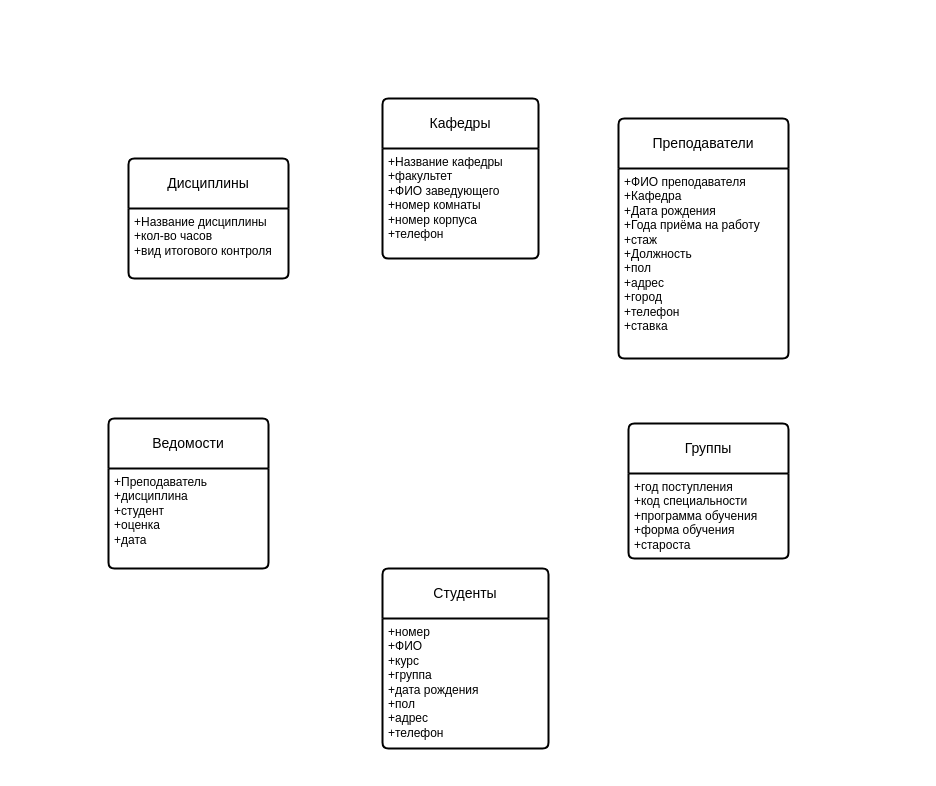
Earlier version of the draw.io diagram page "Страница 1" (1 of 2) of Диаграмма без названия.drawio (OlAntZin18/mirea-progs). Source tidied: cells renumbered, new cells numbered last; positions are measured from the earlier drawing's top-left corner, leaving out a move shared by most shapes. Both pictures are drawn from the tidied source at 100%, with x=0, y=0 at pixel (108, 98).
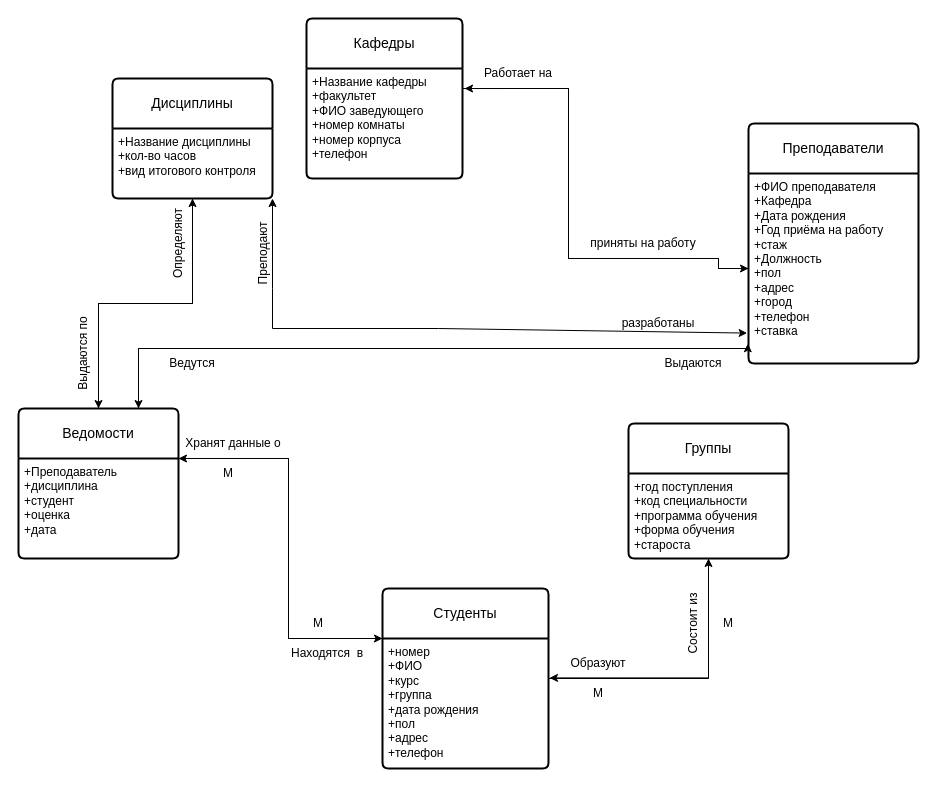
Above is the later version.

The change refers to these unchanged cells:
```xml
<mxCell id="3" value="+Название дисциплины&lt;br&gt;+кол-во часов&lt;br&gt;+вид итогового контроля" style="align=left;strokeColor=none;fillColor=none;spacingLeft=4;fontSize=12;verticalAlign=top;html=1;" parent="2" vertex="1">
  <mxGeometry y="50" width="160" height="70" as="geometry" />
</mxCell>
<mxCell id="5" value="+Название кафедры&lt;br&gt;+факультет&lt;br&gt;+ФИО заведующего&lt;br&gt;+номер комнаты&lt;br&gt;+номер корпуса&lt;br&gt;+телефон" style="align=left;strokeColor=none;fillColor=none;spacingLeft=4;fontSize=12;verticalAlign=top;html=1;" parent="4" vertex="1">
  <mxGeometry y="50" width="156" height="110" as="geometry" />
</mxCell>
<mxCell id="9" value="+Преподаватель&lt;br&gt;+дисциплина&lt;br&gt;+студент&lt;br&gt;+оценка&lt;br&gt;+дата" style="align=left;strokeColor=none;fillColor=none;spacingLeft=4;fontSize=12;verticalAlign=top;html=1;" parent="8" vertex="1">
  <mxGeometry y="50" width="160" height="100" as="geometry" />
</mxCell>
<mxCell id="11" value="+номер&lt;br&gt;+ФИО&lt;br&gt;+курс&lt;br&gt;+группа&lt;br&gt;+дата рождения&lt;br&gt;+пол&lt;br&gt;+адрес&lt;br&gt;+телефон" style="align=left;strokeColor=none;fillColor=none;spacingLeft=4;fontSize=12;verticalAlign=top;html=1;" parent="10" vertex="1">
  <mxGeometry y="50" width="166" height="130" as="geometry" />
</mxCell>
<mxCell id="13" value="+год поступления&lt;br&gt;+код специальности&lt;br&gt;+программа обучения&lt;br&gt;+форма обучения&lt;br&gt;+староста" style="align=left;strokeColor=none;fillColor=none;spacingLeft=4;fontSize=12;verticalAlign=top;html=1;" parent="12" vertex="1">
  <mxGeometry y="50" width="160" height="85" as="geometry" />
</mxCell>
```

Change to the diagram source:
```diff
@@
     <mxCell id="2" value="Дисциплины" style="swimlane;horizontal=1;startSize=50;rounded=1;fontSize=14;fontStyle=0;strokeWidth=2;shadow=0;dashed=0;align=center;arcSize=4;whiteSpace=wrap;html=1;" parent="1" vertex="1">
-      <mxGeometry x="20" y="60" width="160" height="120" as="geometry" />
+      <mxGeometry x="4" y="-20" width="160" height="120" as="geometry" />
     </mxCell>
@@
+    <mxCell id="14" style="edgeStyle=orthogonalEdgeStyle;rounded=0;jettySize=auto;html=1;entryX=0;entryY=0.5;entryDx=0;entryDy=0;" parent="1" edge="1" source="4" target="7">
+      <mxGeometry relative="1" as="geometry">
+        <Array as="points">
+          <mxPoint x="460" y="-10" />
+          <mxPoint x="460" y="160" />
+          <mxPoint x="610" y="160" />
+        </Array>
+      </mxGeometry>
+    </mxCell>
     <mxCell id="4" value="Кафедры" style="swimlane;horizontal=1;startSize=50;rounded=1;fontSize=14;fontStyle=0;strokeWidth=2;shadow=0;dashed=0;align=center;arcSize=4;whiteSpace=wrap;html=1;" parent="1" vertex="1">
-      <mxGeometry x="274" width="156" height="160" as="geometry" />
+      <mxGeometry x="198" y="-80" width="156" height="160" as="geometry" />
     </mxCell>
@@
+    <mxCell id="15" style="edgeStyle=orthogonalEdgeStyle;rounded=0;jettySize=auto;html=1;entryX=0.75;entryY=0;entryDx=0;entryDy=0;" parent="1" edge="1" source="6" target="8">
+      <mxGeometry relative="1" as="geometry">
+        <Array as="points">
+          <mxPoint x="30" y="250" />
+        </Array>
+      </mxGeometry>
+    </mxCell>
     <mxCell id="6" value="Преподаватели" style="swimlane;horizontal=1;startSize=50;rounded=1;fontSize=14;fontStyle=0;strokeWidth=2;shadow=0;dashed=0;align=center;arcSize=4;whiteSpace=wrap;html=1;" parent="1" vertex="1">
-      <mxGeometry x="510" y="20" width="170" height="240" as="geometry" />
+      <mxGeometry x="640" y="25" width="170" height="240" as="geometry" />
     </mxCell>
-    <mxCell id="7" value="+ФИО преподавателя&lt;br&gt;+Кафедра&lt;br&gt;+Дата рождения&lt;br&gt;+Года приёма на работу&lt;br&gt;+стаж&lt;br&gt;+Должность&lt;br&gt;+пол&lt;br&gt;+адрес&lt;br&gt;+город&lt;br&gt;+телефон&lt;br&gt;+ставка" style="align=left;strokeColor=none;fillColor=none;spacingLeft=4;fontSize=12;verticalAlign=top;html=1;" parent="6" vertex="1">
+    <mxCell id="7" value="+ФИО преподавателя&lt;br&gt;+Кафедра&lt;br&gt;+Дата рождения&lt;br&gt;+Год приёма на работу&lt;br&gt;+стаж&lt;br&gt;+Должность&lt;br&gt;+пол&lt;br&gt;+адрес&lt;br&gt;+город&lt;br&gt;+телефон&lt;br&gt;+ставка" style="align=left;strokeColor=none;fillColor=none;spacingLeft=4;fontSize=12;verticalAlign=top;html=1;" parent="6" vertex="1">
       <mxGeometry y="50" width="170" height="190" as="geometry" />
     </mxCell>
+    <mxCell id="16" style="edgeStyle=orthogonalEdgeStyle;rounded=0;jettySize=auto;html=1;exitX=0.5;exitY=0;exitDx=0;exitDy=0;entryX=0.5;entryY=1;entryDx=0;entryDy=0;" parent="1" edge="1" source="8" target="3">
+      <mxGeometry relative="1" as="geometry" />
+    </mxCell>
+    <mxCell id="17" style="edgeStyle=orthogonalEdgeStyle;rounded=0;jettySize=auto;html=1;exitX=0.75;exitY=0;exitDx=0;exitDy=0;entryX=-0.004;entryY=0.896;entryDx=0;entryDy=0;entryPerimeter=0;" parent="1" edge="1" source="8" target="7">
+      <mxGeometry relative="1" as="geometry">
+        <Array as="points">
+          <mxPoint x="30" y="250" />
+          <mxPoint x="639" y="250" />
+        </Array>
+      </mxGeometry>
+    </mxCell>
     <mxCell id="8" value="Ведомости" style="swimlane;horizontal=1;startSize=50;rounded=1;fontSize=14;fontStyle=0;strokeWidth=2;shadow=0;dashed=0;align=center;arcSize=4;whiteSpace=wrap;html=1;" parent="1" vertex="1">
-      <mxGeometry y="320" width="160" height="150" as="geometry" />
+      <mxGeometry x="-90" y="310" width="160" height="150" as="geometry" />
     </mxCell>
@@
+    <mxCell id="18" style="edgeStyle=orthogonalEdgeStyle;rounded=0;jettySize=auto;html=1;entryX=0.5;entryY=1;entryDx=0;entryDy=0;" parent="1" edge="1" source="10" target="13">
+      <mxGeometry relative="1" as="geometry" />
+    </mxCell>
+    <mxCell id="19" style="edgeStyle=orthogonalEdgeStyle;rounded=0;jettySize=auto;html=1;exitX=0;exitY=0.25;exitDx=0;exitDy=0;entryX=1;entryY=0;entryDx=0;entryDy=0;" parent="1" edge="1" source="10" target="9">
+      <mxGeometry relative="1" as="geometry">
+        <Array as="points">
+          <mxPoint x="274" y="540" />
+          <mxPoint x="180" y="540" />
+          <mxPoint x="180" y="360" />
+        </Array>
+      </mxGeometry>
+    </mxCell>
     <mxCell id="10" value="Студенты" style="swimlane;horizontal=1;startSize=50;rounded=1;fontSize=14;fontStyle=0;strokeWidth=2;shadow=0;dashed=0;align=center;arcSize=4;whiteSpace=wrap;html=1;" parent="1" vertex="1">
-      <mxGeometry x="274" y="470" width="166" height="180" as="geometry" />
+      <mxGeometry x="274" y="490" width="166" height="180" as="geometry" />
     </mxCell>
@@
+    <mxCell id="20" value="Образуют" style="text;strokeColor=none;align=center;fillColor=none;html=1;verticalAlign=middle;whiteSpace=wrap;rounded=0;" parent="1" vertex="1">
+      <mxGeometry x="460" y="550" width="60" height="30" as="geometry" />
+    </mxCell>
+    <mxCell id="21" value="М" style="text;strokeColor=none;align=center;fillColor=none;html=1;verticalAlign=middle;whiteSpace=wrap;rounded=0;" parent="1" vertex="1">
+      <mxGeometry x="460" y="580" width="60" height="30" as="geometry" />
+    </mxCell>
+    <mxCell id="22" style="edgeStyle=orthogonalEdgeStyle;rounded=0;jettySize=auto;html=1;exitX=0.5;exitY=1;exitDx=0;exitDy=0;entryX=1.006;entryY=0.303;entryDx=0;entryDy=0;entryPerimeter=0;" parent="1" edge="1" source="13" target="11">
+      <mxGeometry relative="1" as="geometry" />
+    </mxCell>
+    <mxCell id="23" value="Состоит из" style="text;strokeColor=none;align=center;fillColor=none;html=1;verticalAlign=middle;whiteSpace=wrap;rounded=0;rotation=270;" parent="1" vertex="1">
+      <mxGeometry x="550" y="510" width="70" height="30" as="geometry" />
+    </mxCell>
+    <mxCell id="24" value="М" style="text;strokeColor=none;align=center;fillColor=none;html=1;verticalAlign=middle;whiteSpace=wrap;rounded=0;" parent="1" vertex="1">
+      <mxGeometry x="590" y="510" width="60" height="30" as="geometry" />
+    </mxCell>
+    <mxCell id="25" style="edgeStyle=orthogonalEdgeStyle;rounded=0;jettySize=auto;html=1;exitX=1;exitY=0;exitDx=0;exitDy=0;entryX=0;entryY=0;entryDx=0;entryDy=0;" parent="1" edge="1" source="9" target="11">
+      <mxGeometry relative="1" as="geometry">
+        <Array as="points">
+          <mxPoint x="180" y="360" />
+          <mxPoint x="180" y="540" />
+        </Array>
+      </mxGeometry>
+    </mxCell>
+    <mxCell id="26" value="Находятся&amp;nbsp; в" style="text;strokeColor=none;align=center;fillColor=none;html=1;verticalAlign=middle;whiteSpace=wrap;rounded=0;" parent="1" vertex="1">
+      <mxGeometry x="164" y="540" width="110" height="30" as="geometry" />
+    </mxCell>
+    <mxCell id="27" value="М" style="text;strokeColor=none;align=center;fillColor=none;html=1;verticalAlign=middle;whiteSpace=wrap;rounded=0;" parent="1" vertex="1">
+      <mxGeometry x="90" y="360" width="60" height="30" as="geometry" />
+    </mxCell>
+    <mxCell id="28" value="Хранят данные о" style="text;strokeColor=none;align=center;fillColor=none;html=1;verticalAlign=middle;whiteSpace=wrap;rounded=0;" parent="1" vertex="1">
+      <mxGeometry x="70" y="330" width="110" height="30" as="geometry" />
+    </mxCell>
+    <mxCell id="29" value="М" style="text;strokeColor=none;align=center;fillColor=none;html=1;verticalAlign=middle;whiteSpace=wrap;rounded=0;" parent="1" vertex="1">
+      <mxGeometry x="180" y="510" width="60" height="30" as="geometry" />
+    </mxCell>
+    <mxCell id="30" style="edgeStyle=orthogonalEdgeStyle;rounded=0;jettySize=auto;html=1;entryX=0.5;entryY=0;entryDx=0;entryDy=0;" parent="1" edge="1" source="3" target="8">
+      <mxGeometry relative="1" as="geometry" />
+    </mxCell>
+    <mxCell id="31" value="Выдаются по" style="text;strokeColor=none;align=center;fillColor=none;html=1;verticalAlign=middle;whiteSpace=wrap;rounded=0;rotation=270;" parent="1" vertex="1">
+      <mxGeometry x="-70" y="240" width="90" height="30" as="geometry" />
+    </mxCell>
+    <mxCell id="32" value="Определяют" style="text;strokeColor=none;align=center;fillColor=none;html=1;verticalAlign=middle;whiteSpace=wrap;rounded=0;rotation=270;" parent="1" vertex="1">
+      <mxGeometry x="30" y="130" width="80" height="30" as="geometry" />
+    </mxCell>
+    <mxCell id="33" style="edgeStyle=orthogonalEdgeStyle;rounded=0;jettySize=auto;html=1;exitX=0;exitY=0.5;exitDx=0;exitDy=0;entryX=1.013;entryY=0.182;entryDx=0;entryDy=0;entryPerimeter=0;" parent="1" edge="1" source="7" target="5">
+      <mxGeometry relative="1" as="geometry">
+        <Array as="points">
+          <mxPoint x="610" y="160" />
+          <mxPoint x="460" y="160" />
+          <mxPoint x="460" y="-10" />
+        </Array>
+      </mxGeometry>
+    </mxCell>
+    <mxCell id="34" value="Работает на" style="text;strokeColor=none;align=center;fillColor=none;html=1;verticalAlign=middle;whiteSpace=wrap;rounded=0;" parent="1" vertex="1">
+      <mxGeometry x="360" y="-40" width="100" height="30" as="geometry" />
+    </mxCell>
+    <mxCell id="35" style="endArrow=classic;startArrow=classic;html=1;rounded=0;exitX=1;exitY=1;exitDx=0;exitDy=0;entryX=-0.008;entryY=0.84;entryDx=0;entryDy=0;entryPerimeter=0;" parent="1" edge="1" source="3" target="7">
+      <mxGeometry relative="1" as="geometry">
+        <Array as="points">
+          <mxPoint x="164" y="190" />
+          <mxPoint x="164" y="230" />
+          <mxPoint x="330" y="230" />
+        </Array>
+      </mxGeometry>
+    </mxCell>
+    <mxCell id="36" value="Преподают" style="text;strokeColor=none;align=center;fillColor=none;html=1;verticalAlign=middle;whiteSpace=wrap;rounded=0;rotation=270;" parent="1" vertex="1">
+      <mxGeometry x="120" y="140" width="70" height="30" as="geometry" />
+    </mxCell>
+    <mxCell id="37" value="разработаны" style="text;strokeColor=none;align=center;fillColor=none;html=1;verticalAlign=middle;whiteSpace=wrap;rounded=0;" parent="1" vertex="1">
+      <mxGeometry x="510" y="210" width="80" height="30" as="geometry" />
+    </mxCell>
+    <mxCell id="38" value="приняты на работу" style="text;strokeColor=none;align=center;fillColor=none;html=1;verticalAlign=middle;whiteSpace=wrap;rounded=0;" parent="1" vertex="1">
+      <mxGeometry x="470" y="130" width="130" height="30" as="geometry" />
+    </mxCell>
+    <mxCell id="39" value="Выдаются" style="text;strokeColor=none;align=center;fillColor=none;html=1;verticalAlign=middle;whiteSpace=wrap;rounded=0;" parent="1" vertex="1">
+      <mxGeometry x="555" y="250" width="60" height="30" as="geometry" />
+    </mxCell>
+    <mxCell id="40" value="Ведутся" style="text;strokeColor=none;align=center;fillColor=none;html=1;verticalAlign=middle;whiteSpace=wrap;rounded=0;" parent="1" vertex="1">
+      <mxGeometry x="34" y="250" width="100" height="30" as="geometry" />
+    </mxCell>
```
